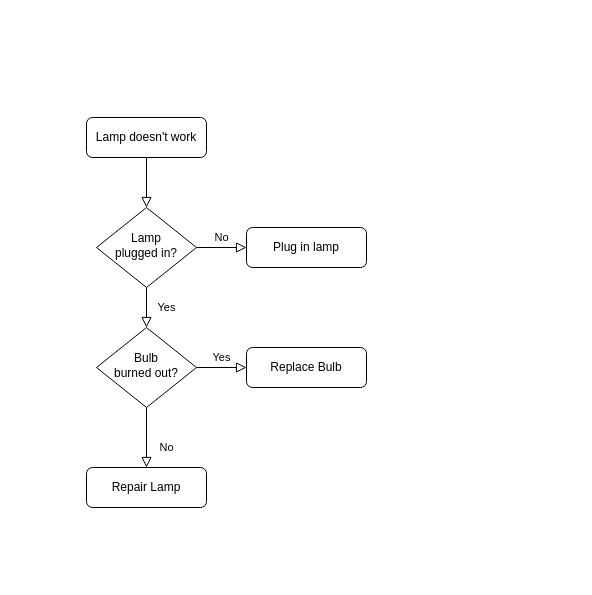
Above: Untitled Diagram.drawio in jaidenyang/learning_python (draw.io), before the change. Source tidied: cells renumbered, new cells numbered last; positions are measured from the earlier drawing's top-left corner, leaving out a move shared by most shapes. Both pictures are drawn from the tidied source at 100%, with x=0, y=0 at pixel (86, 117).
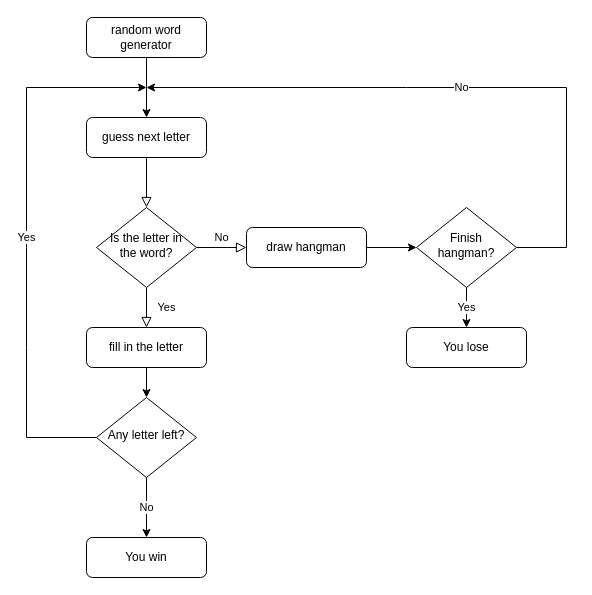
After the change.

What changed in the source:
```diff
@@
-    <mxCell id="3" value="Lamp doesn't work" style="rounded=1;whiteSpace=wrap;html=1;fontSize=12;glass=0;strokeWidth=1;shadow=0;" parent="1" vertex="1">
+    <mxCell id="3" value="guess next letter" style="rounded=1;whiteSpace=wrap;html=1;fontSize=12;glass=0;strokeWidth=1;shadow=0;" parent="1" vertex="1">
       <mxGeometry width="120" height="40" as="geometry" />
     </mxCell>
-    <mxCell id="4" value="Yes" style="rounded=0;html=1;jettySize=auto;fontSize=11;endArrow=block;endFill=0;endSize=8;strokeWidth=1;shadow=0;labelBackgroundColor=none;edgeStyle=orthogonalEdgeStyle;" parent="1" edge="1" source="6" target="10">
+    <mxCell id="4" value="Yes" style="rounded=0;html=1;jettySize=auto;fontSize=11;endArrow=block;endFill=0;endSize=8;strokeWidth=1;shadow=0;labelBackgroundColor=none;edgeStyle=orthogonalEdgeStyle;entryX=0.5;entryY=0;entryDx=0;entryDy=0;" parent="1" edge="1" source="6" target="15">
       <mxGeometry y="20" relative="1" as="geometry" />
     </mxCell>
@@
-    <mxCell id="6" value="Lamp&lt;br&gt;plugged in?" style="rhombus;whiteSpace=wrap;html=1;shadow=0;fontFamily=Helvetica;fontSize=12;align=center;strokeWidth=1;spacing=6;spacingTop=-4;" parent="1" vertex="1">
+    <mxCell id="6" value="Is the letter in the word?" style="rhombus;whiteSpace=wrap;html=1;shadow=0;fontFamily=Helvetica;fontSize=12;align=center;strokeWidth=1;spacing=6;spacingTop=-4;" parent="1" vertex="1">
       <mxGeometry x="10" y="90" width="100" height="80" as="geometry" />
     </mxCell>
-    <mxCell id="7" value="Plug in lamp" style="rounded=1;whiteSpace=wrap;html=1;fontSize=12;glass=0;strokeWidth=1;shadow=0;" parent="1" vertex="1">
+    <mxCell id="7" value="draw hangman" style="rounded=1;whiteSpace=wrap;html=1;fontSize=12;glass=0;strokeWidth=1;shadow=0;" parent="1" vertex="1">
       <mxGeometry x="160" y="110" width="120" height="40" as="geometry" />
     </mxCell>
-    <mxCell id="8" value="No" style="rounded=0;html=1;jettySize=auto;fontSize=11;endArrow=block;endFill=0;endSize=8;strokeWidth=1;shadow=0;labelBackgroundColor=none;edgeStyle=orthogonalEdgeStyle;" parent="1" edge="1" source="10" target="11">
-      <mxGeometry x="0.33" y="20" relative="1" as="geometry" />
-    </mxCell>
-    <mxCell id="9" value="Yes" style="edgeStyle=orthogonalEdgeStyle;rounded=0;html=1;jettySize=auto;fontSize=11;endArrow=block;endFill=0;endSize=8;strokeWidth=1;shadow=0;labelBackgroundColor=none;" parent="1" edge="1" source="10" target="12">
-      <mxGeometry y="10" relative="1" as="geometry" />
-    </mxCell>
-    <mxCell id="10" value="Bulb&lt;br&gt;burned out?" style="rhombus;whiteSpace=wrap;html=1;shadow=0;fontFamily=Helvetica;fontSize=12;align=center;strokeWidth=1;spacing=6;spacingTop=-4;" parent="1" vertex="1">
-      <mxGeometry x="10" y="210" width="100" height="80" as="geometry" />
-    </mxCell>
-    <mxCell id="11" value="Repair Lamp" style="rounded=1;whiteSpace=wrap;html=1;fontSize=12;glass=0;strokeWidth=1;shadow=0;" parent="1" vertex="1">
-      <mxGeometry y="350" width="120" height="40" as="geometry" />
-    </mxCell>
-    <mxCell id="12" value="Replace Bulb" style="rounded=1;whiteSpace=wrap;html=1;fontSize=12;glass=0;strokeWidth=1;shadow=0;" parent="1" vertex="1">
-      <mxGeometry x="160" y="230" width="120" height="40" as="geometry" />
-    </mxCell>
+    <mxCell id="13" value="random word generator" style="rounded=1;whiteSpace=wrap;html=1;fontSize=12;glass=0;strokeWidth=1;shadow=0;" parent="1" vertex="1">
+      <mxGeometry y="-100" width="120" height="40" as="geometry" />
+    </mxCell>
+    <mxCell id="14" style="endArrow=classic;html=1;rounded=0;exitX=0.5;exitY=1;exitDx=0;exitDy=0;entryX=0.5;entryY=0;entryDx=0;entryDy=0;" parent="1" edge="1" source="13" target="3">
+      <mxGeometry relative="1" as="geometry" />
+    </mxCell>
+    <mxCell id="15" value="fill in the letter" style="rounded=1;whiteSpace=wrap;html=1;fontSize=12;glass=0;strokeWidth=1;shadow=0;" parent="1" vertex="1">
+      <mxGeometry y="210" width="120" height="40" as="geometry" />
+    </mxCell>
+    <mxCell id="16" value="No" style="endArrow=classic;html=1;rounded=0;exitX=0.5;exitY=1;exitDx=0;exitDy=0;" parent="1" edge="1" source="18">
+      <mxGeometry relative="1" as="geometry">
+        <mxPoint x="60" y="420" as="targetPoint" />
+      </mxGeometry>
+    </mxCell>
+    <mxCell id="17" value="Yes" style="endArrow=classic;html=1;rounded=0;exitX=0;exitY=0.5;exitDx=0;exitDy=0;" parent="1" edge="1" source="18">
+      <mxGeometry relative="1" as="geometry">
+        <mxPoint x="60" y="-30" as="targetPoint" />
+        <Array as="points">
+          <mxPoint x="-60" y="320" />
+          <mxPoint x="-60" y="230" />
+          <mxPoint x="-60" y="130" />
+          <mxPoint x="-60" y="-30" />
+        </Array>
+      </mxGeometry>
+    </mxCell>
+    <mxCell id="18" value="Any letter left?" style="rhombus;whiteSpace=wrap;html=1;shadow=0;fontFamily=Helvetica;fontSize=12;align=center;strokeWidth=1;spacing=6;spacingTop=-4;" parent="1" vertex="1">
+      <mxGeometry x="10" y="280" width="100" height="80" as="geometry" />
+    </mxCell>
+    <mxCell id="19" style="endArrow=classic;html=1;rounded=0;exitX=0.5;exitY=1;exitDx=0;exitDy=0;" parent="1" edge="1" source="15" target="18">
+      <mxGeometry relative="1" as="geometry" />
+    </mxCell>
+    <mxCell id="20" value="No" style="endArrow=classic;html=1;rounded=0;exitX=1;exitY=0.5;exitDx=0;exitDy=0;" parent="1" edge="1" source="22">
+      <mxGeometry relative="1" as="geometry">
+        <mxPoint x="60" y="-30" as="targetPoint" />
+        <Array as="points">
+          <mxPoint x="480" y="130" />
+          <mxPoint x="480" y="-30" />
+          <mxPoint x="320" y="-30" />
+        </Array>
+      </mxGeometry>
+    </mxCell>
+    <mxCell id="21" value="You win" style="rounded=1;whiteSpace=wrap;html=1;fontSize=12;glass=0;strokeWidth=1;shadow=0;" parent="1" vertex="1">
+      <mxGeometry y="420" width="120" height="40" as="geometry" />
+    </mxCell>
+    <mxCell id="22" value="Finish hangman?" style="rhombus;whiteSpace=wrap;html=1;shadow=0;fontFamily=Helvetica;fontSize=12;align=center;strokeWidth=1;spacing=6;spacingTop=-4;" parent="1" vertex="1">
+      <mxGeometry x="330" y="90" width="100" height="80" as="geometry" />
+    </mxCell>
+    <mxCell id="23" style="endArrow=classic;html=1;rounded=0;exitX=1;exitY=0.5;exitDx=0;exitDy=0;entryX=0;entryY=0.5;entryDx=0;entryDy=0;" parent="1" edge="1" source="7" target="22">
+      <mxGeometry relative="1" as="geometry" />
+    </mxCell>
+    <mxCell id="24" value="You lose" style="rounded=1;whiteSpace=wrap;html=1;fontSize=12;glass=0;strokeWidth=1;shadow=0;" parent="1" vertex="1">
+      <mxGeometry x="320" y="210" width="120" height="40" as="geometry" />
+    </mxCell>
+    <mxCell id="25" value="Yes" style="endArrow=classic;html=1;rounded=0;exitX=0.5;exitY=1;exitDx=0;exitDy=0;entryX=0.5;entryY=0;entryDx=0;entryDy=0;" parent="1" edge="1" source="22" target="24">
+      <mxGeometry relative="1" as="geometry" />
+    </mxCell>
```
